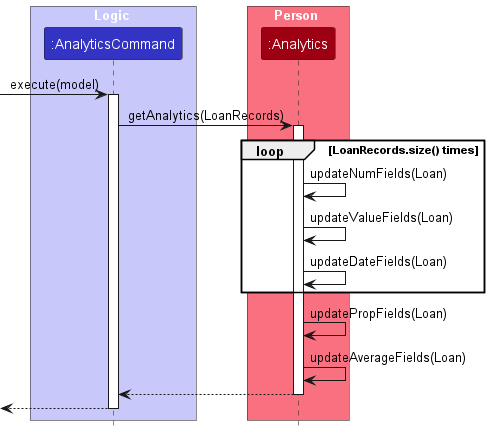
Before: docs/images/AnalyticsSequenceDiagram.png, a diagram exported from PlantUML (narwhalsilent/tp). The source it was exported from:
```plantuml
@startuml
!include style.puml
skinparam ArrowFontStyle plain

box Logic LOGIC_COLOR_T1
participant ":AnalyticsCommand" as AnalyticsCommand LOGIC_COLOR
end box

box Person MODEL_COLOR_T1
participant ":Analytics" as Analytics MODEL_COLOR
end box

[-> AnalyticsCommand : execute(model)
activate AnalyticsCommand

AnalyticsCommand -> Analytics : getAnalytics(LoanRecords)
activate Analytics

loop LoanRecords.size() times
Analytics -> Analytics :updateNumFields(Loan)
Analytics -> Analytics :updateValueFields(Loan)
Analytics -> Analytics :updateDateFields(Loan)
end
Analytics -> Analytics :updatePropFields(Loan)
Analytics -> Analytics :updateAverageFields(Loan)
Analytics --> AnalyticsCommand :
deactivate Analytics

[<-- AnalyticsCommand
deactivate AnalyticsCommand

@enduml
```
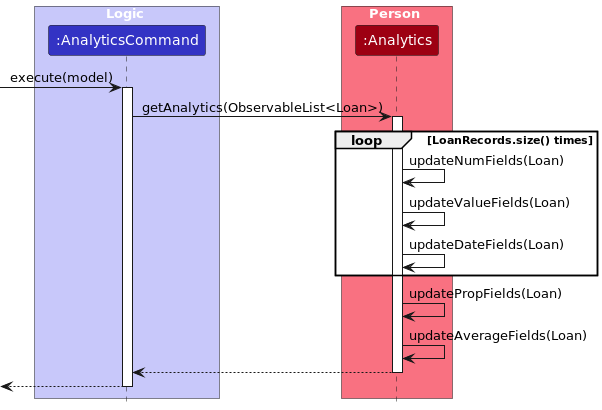
The same file after the commit.

Commit message:
Fix punctuation and grammar

Diff of the diagram source:
```diff
@@ -13,7 +13,7 @@
 [-> AnalyticsCommand : execute(model)
 activate AnalyticsCommand
 
-AnalyticsCommand -> Analytics : getAnalytics(LoanRecords)
+AnalyticsCommand -> Analytics : getAnalytics(ObservableList<Loan>)
 activate Analytics
 
 loop LoanRecords.size() times
```
